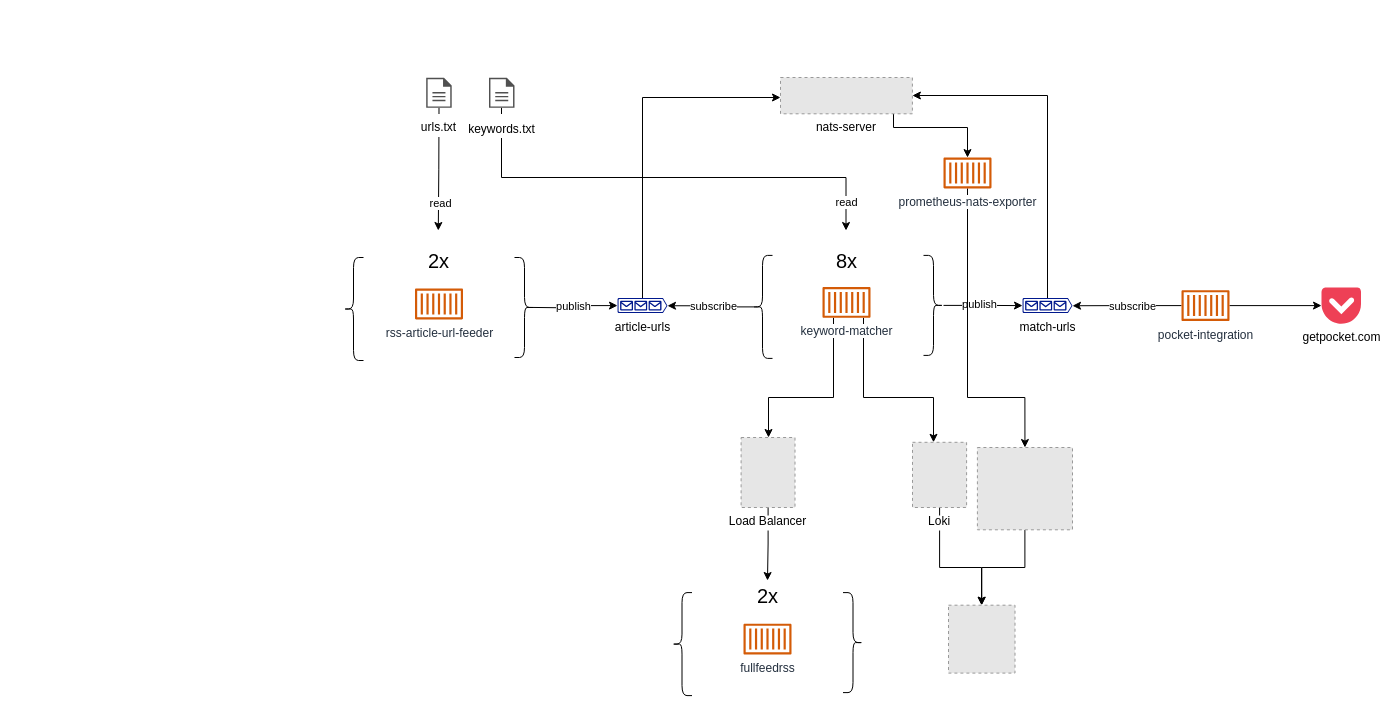
Earlier version of the draw.io diagram architecture.drawio (heussd/nats-news-analysis). Source tidied: cells renumbered, new cells numbered last; positions are measured from the earlier drawing's top-left corner, leaving out a move shared by most shapes. Both pictures are drawn from the tidied source at 100%, with x=0, y=0 at pixel (343, 77). Pictures stored in the file or linked from it are replaced by grey dashed boxes.
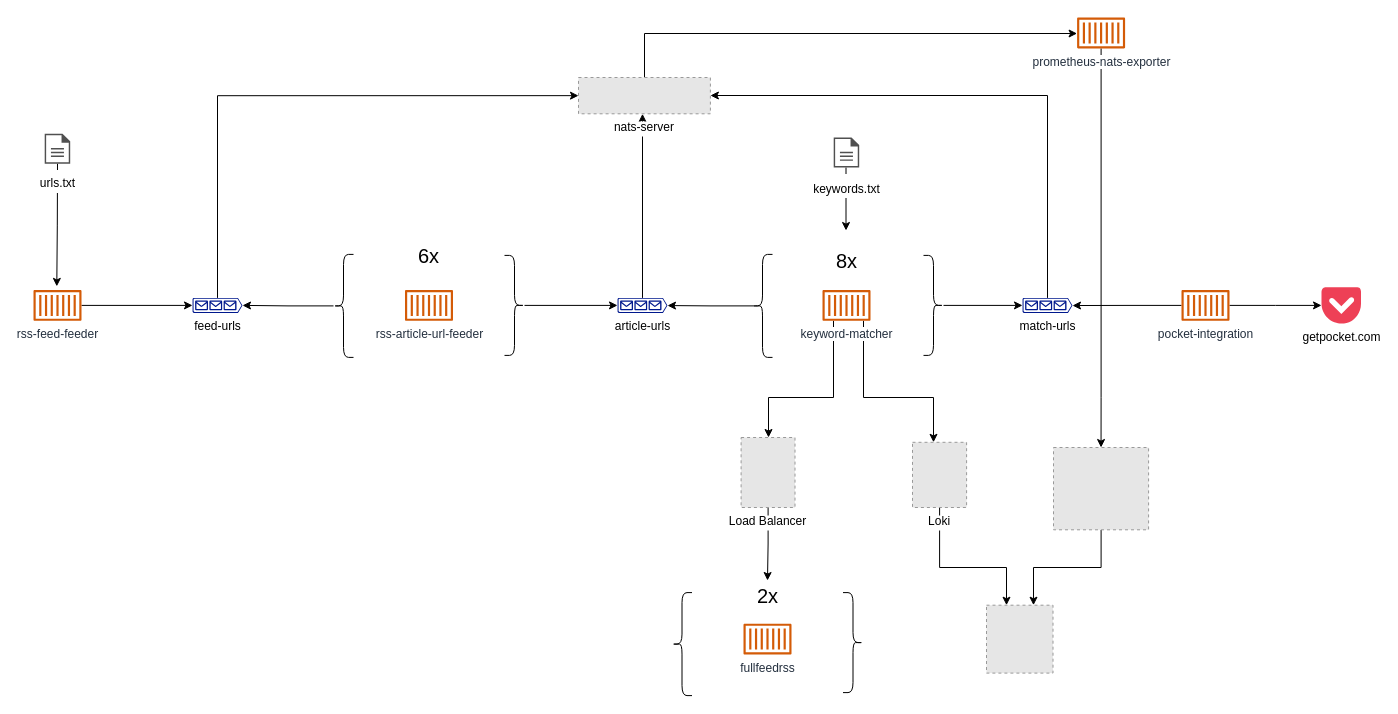
The same diagram, later.

Unchanged cells that the change refers to:
```xml
<mxCell id="2" style="edgeStyle=orthogonalEdgeStyle;rounded=0;jettySize=auto;html=1;exitX=0.1;exitY=0.5;exitDx=0;exitDy=0;exitPerimeter=0;entryX=1;entryY=0.51;entryDx=0;entryDy=0;entryPerimeter=0;" parent="1" edge="1" source="8" target="5">
  <mxGeometry relative="1" as="geometry" />
</mxCell>
<mxCell id="12" style="edgeStyle=orthogonalEdgeStyle;rounded=0;jettySize=auto;html=1;" parent="1" edge="1" source="14" target="18">
  <mxGeometry relative="1" as="geometry" />
</mxCell>
<mxCell id="15" style="edgeStyle=orthogonalEdgeStyle;rounded=0;jettySize=auto;html=1;entryX=1;entryY=0.51;entryDx=0;entryDy=0;entryPerimeter=0;" parent="1" edge="1" source="20" target="18">
  <mxGeometry relative="1" as="geometry" />
</mxCell>
<mxCell id="41" value="Loki" style="fillColor=#E6E6E6;strokeColor=#999999;dashed=1;verticalLabelPosition=bottom;labelBackgroundColor=default;verticalAlign=top;" parent="1" vertex="1">
  <mxGeometry x="569" y="364.8" width="54.1" height="65.2" as="geometry" />
</mxCell>
```

Change to the diagram source:
```diff
@@
-    <mxCell id="3" value="subscribe" style="edgeLabel;html=1;align=center;verticalAlign=middle;" parent="2" vertex="1">
-      <mxGeometry x="-0.04" y="2" relative="1" as="geometry">
-        <mxPoint y="-3" as="offset" />
-      </mxGeometry>
-    </mxCell>
@@
     <mxCell id="5" value="article-urls" style="sketch=0;shadow=0;dashed=0;html=1;strokeColor=none;labelPosition=center;verticalLabelPosition=bottom;verticalAlign=top;align=center;fillColor=#00188D;shape=mxgraph.azure.queue_generic;" parent="1" vertex="1">
-      <mxGeometry x="274" y="220.6" width="50" height="15" as="geometry" />
+      <mxGeometry x="274" y="220.4" width="50" height="15" as="geometry" />
     </mxCell>
-    <mxCell id="6" value="publish" style="edgeStyle=orthogonalEdgeStyle;rounded=0;jettySize=auto;html=1;exitX=0.1;exitY=0.5;exitDx=0;exitDy=0;exitPerimeter=0;" parent="1" edge="1" target="5">
-      <mxGeometry relative="1" as="geometry">
-        <mxPoint x="185" y="229.9" as="sourcePoint" />
-      </mxGeometry>
-    </mxCell>
+    <mxCell id="47" style="edgeStyle=orthogonalEdgeStyle;rounded=0;jettySize=auto;html=1;" parent="1" edge="1" source="7" target="49">
+      <mxGeometry relative="1" as="geometry" />
+    </mxCell>
-    <mxCell id="7" value="rss-article-url-feeder" style="sketch=0;outlineConnect=0;fontColor=#232F3E;gradientColor=none;fillColor=#D45B07;strokeColor=none;dashed=0;verticalLabelPosition=bottom;verticalAlign=top;align=center;html=1;fontSize=12;fontStyle=0;shape=mxgraph.aws4.container_1;" parent="1" vertex="1">
-      <mxGeometry x="71.5" y="211" width="48" height="31" as="geometry" />
+    <mxCell id="7" value="rss-feed-feeder" style="sketch=0;outlineConnect=0;fontColor=#232F3E;gradientColor=none;fillColor=#D45B07;strokeColor=none;dashed=0;verticalLabelPosition=bottom;verticalAlign=top;align=center;html=1;fontSize=12;fontStyle=0;shape=mxgraph.aws4.container_1;" parent="1" vertex="1">
+      <mxGeometry x="-310" y="212.4" width="48" height="31" as="geometry" />
     </mxCell>
     <mxCell id="8" style="shape=curlyBracket;whiteSpace=wrap;html=1;rounded=1;" parent="1" vertex="1">
-      <mxGeometry x="409" y="177.9" width="20" height="103" as="geometry" />
+      <mxGeometry x="409" y="176.9" width="20" height="103" as="geometry" />
     </mxCell>
@@
     <mxCell id="11" value="keyword-matcher" style="sketch=0;outlineConnect=0;fontColor=#232F3E;gradientColor=none;fillColor=#D45B07;strokeColor=none;dashed=0;verticalLabelPosition=bottom;verticalAlign=top;align=center;html=1;fontSize=12;fontStyle=0;shape=mxgraph.aws4.container_1;labelBackgroundColor=default;" parent="1" vertex="1">
-      <mxGeometry x="479" y="209.4" width="48" height="31" as="geometry" />
+      <mxGeometry x="479" y="212.4" width="48" height="31" as="geometry" />
     </mxCell>
@@
-    <mxCell id="13" value="publish" style="edgeLabel;html=1;align=center;verticalAlign=middle;" parent="12" vertex="1">
-      <mxGeometry x="-0.38" y="-1" relative="1" as="geometry">
-        <mxPoint x="10" y="-2" as="offset" />
-      </mxGeometry>
-    </mxCell>
@@
-    <mxCell id="16" value="subscribe" style="edgeLabel;html=1;align=center;verticalAlign=middle;" parent="15" vertex="1">
-      <mxGeometry x="-0.29" relative="1" as="geometry">
-        <mxPoint x="-11" as="offset" />
-      </mxGeometry>
-    </mxCell>
@@
     <mxCell id="18" value="match-urls" style="sketch=0;shadow=0;dashed=0;html=1;strokeColor=none;labelPosition=center;verticalLabelPosition=bottom;verticalAlign=top;align=center;fillColor=#00188D;shape=mxgraph.azure.queue_generic;" parent="1" vertex="1">
-      <mxGeometry x="679" y="220.6" width="50" height="15" as="geometry" />
+      <mxGeometry x="679" y="220.4" width="50" height="15" as="geometry" />
     </mxCell>
@@
     <mxCell id="20" value="pocket-integration" style="sketch=0;outlineConnect=0;fontColor=#232F3E;gradientColor=none;fillColor=#D45B07;strokeColor=none;dashed=0;verticalLabelPosition=bottom;verticalAlign=top;align=center;html=1;fontSize=12;fontStyle=0;shape=mxgraph.aws4.container_1;" parent="1" vertex="1">
-      <mxGeometry x="838" y="212.6" width="48" height="31" as="geometry" />
+      <mxGeometry x="838" y="212.4" width="48" height="31" as="geometry" />
     </mxCell>
     <mxCell id="21" value="getpocket.com" style="dashed=0;outlineConnect=0;html=1;align=center;labelPosition=center;verticalLabelPosition=bottom;verticalAlign=top;shape=mxgraph.weblogos.pocket;fillColor=#EE4056;strokeColor=none;" parent="1" vertex="1">
-      <mxGeometry x="978" y="209.9" width="39.5" height="36.4" as="geometry" />
+      <mxGeometry x="978" y="209.7" width="39.5" height="36.4" as="geometry" />
     </mxCell>
     <mxCell id="22" style="edgeStyle=orthogonalEdgeStyle;rounded=0;jettySize=auto;html=1;startArrow=classic;startFill=1;endArrow=none;endFill=0;" parent="1" edge="1" target="28">
       <mxGeometry relative="1" as="geometry">
         <mxPoint x="502.5" y="153" as="sourcePoint" />
         <Array as="points">
-          <mxPoint x="503" y="100" />
-          <mxPoint x="158" y="100" />
+          <mxPoint x="503" y="90" />
+          <mxPoint x="503" y="90" />
         </Array>
       </mxGeometry>
     </mxCell>
-    <mxCell id="23" value="read" style="edgeLabel;html=1;align=center;verticalAlign=middle;" parent="22" vertex="1">
-      <mxGeometry x="0.37" y="-2" relative="1" as="geometry">
-        <mxPoint x="267" y="26" as="offset" />
-      </mxGeometry>
-    </mxCell>
@@
-    <mxCell id="25" style="shape=curlyBracket;whiteSpace=wrap;html=1;rounded=1;" parent="1" vertex="1">
-      <mxGeometry y="180" width="20" height="103" as="geometry" />
-    </mxCell>
-    <mxCell id="26" style="shape=curlyBracket;whiteSpace=wrap;html=1;rounded=1;flipH=1;" parent="1" vertex="1">
-      <mxGeometry x="171" y="180" width="20" height="100" as="geometry" />
-    </mxCell>
-    <mxCell id="27" value="&lt;font style=&quot;font-size: 20px;&quot;&gt;2x&lt;/font&gt;" style="text;html=1;strokeColor=none;fillColor=none;align=center;verticalAlign=middle;whiteSpace=wrap;rounded=0;" parent="1" vertex="1">
-      <mxGeometry x="67" y="167.9" width="57" height="30" as="geometry" />
-    </mxCell>
     <mxCell id="28" value="&lt;font style=&quot;font-size: 12px;&quot;&gt;keywords.txt&lt;/font&gt;" style="sketch=0;shadow=0;dashed=0;html=1;strokeColor=none;fillColor=#505050;labelPosition=center;verticalLabelPosition=bottom;verticalAlign=top;outlineConnect=0;align=center;shape=mxgraph.office.concepts.document;fontSize=20;labelBackgroundColor=default;" parent="1" vertex="1">
-      <mxGeometry x="145.5" y="0.3" width="25.5" height="30" as="geometry" />
+      <mxGeometry x="490.2" y="60" width="25.5" height="30" as="geometry" />
     </mxCell>
@@
     <mxCell id="35" style="edgeStyle=orthogonalEdgeStyle;rounded=0;hachureGap=4;jettySize=auto;html=1;fontFamily=Architects Daughter;fontSize=16;" parent="1" edge="1" source="36" target="45">
       <mxGeometry relative="1" as="geometry">
         <Array as="points">
-          <mxPoint x="550" y="50" />
-          <mxPoint x="624" y="50" />
+          <mxPoint x="301" y="-44" />
         </Array>
       </mxGeometry>
     </mxCell>
     <mxCell id="36" value="nats-server" style="fillColor=#E6E6E6;strokeColor=#999999;dashed=1;verticalLabelPosition=bottom;labelBackgroundColor=default;verticalAlign=top;" parent="1" vertex="1">
-      <mxGeometry x="437" width="131.9" height="36.3" as="geometry" />
+      <mxGeometry x="235" width="131.9" height="36.3" as="geometry" />
     </mxCell>
     <mxCell id="37" style="edgeStyle=orthogonalEdgeStyle;rounded=0;jettySize=auto;html=1;startArrow=classic;startFill=1;endArrow=none;endFill=0;" parent="1" edge="1" target="46">
       <mxGeometry relative="1" as="geometry">
-        <mxPoint x="94.8" y="153" as="sourcePoint" />
+        <mxPoint x="-286.7" y="208.9" as="sourcePoint" />
       </mxGeometry>
     </mxCell>
-    <mxCell id="38" value="read" style="edgeLabel;html=1;align=center;verticalAlign=middle;" parent="37" vertex="1">
-      <mxGeometry x="-0.17" y="-2" relative="1" as="geometry">
-        <mxPoint x="-1" y="23" as="offset" />
-      </mxGeometry>
-    </mxCell>
     <mxCell id="39" style="fillColor=#E6E6E6;strokeColor=#999999;dashed=1;verticalLabelPosition=bottom;labelBackgroundColor=default;verticalAlign=top;fontFamily=Architects Daughter;fontSize=20;" parent="1" vertex="1">
-      <mxGeometry x="605" y="527.7" width="66.5" height="67.9" as="geometry" />
+      <mxGeometry x="643" y="527.7" width="66.5" height="67.9" as="geometry" />
     </mxCell>
     <mxCell id="40" style="edgeStyle=orthogonalEdgeStyle;rounded=0;hachureGap=4;jettySize=auto;html=1;fontFamily=Architects Daughter;fontSize=16;" parent="1" edge="1" source="41" target="39">
       <mxGeometry relative="1" as="geometry">
         <Array as="points">
           <mxPoint x="596" y="490" />
-          <mxPoint x="638" y="490" />
+          <mxPoint x="663" y="490" />
         </Array>
       </mxGeometry>
     </mxCell>
@@
     <mxCell id="42" style="edgeStyle=orthogonalEdgeStyle;rounded=0;hachureGap=4;jettySize=auto;html=1;fontFamily=Architects Daughter;fontSize=16;" parent="1" edge="1" source="43" target="39">
-      <mxGeometry relative="1" as="geometry" />
+      <mxGeometry relative="1" as="geometry">
+        <Array as="points">
+          <mxPoint x="758" y="490" />
+          <mxPoint x="690" y="490" />
+        </Array>
+      </mxGeometry>
     </mxCell>
     <mxCell id="43" style="fillColor=#E6E6E6;strokeColor=#999999;dashed=1;verticalLabelPosition=bottom;labelBackgroundColor=default;verticalAlign=top;fontFamily=Architects Daughter;fontSize=20;" parent="1" vertex="1">
-      <mxGeometry x="633.9" y="370" width="95.1" height="82.3" as="geometry" />
+      <mxGeometry x="710" y="370" width="95.1" height="82.3" as="geometry" />
     </mxCell>
     <mxCell id="44" style="edgeStyle=orthogonalEdgeStyle;rounded=0;hachureGap=4;jettySize=auto;html=1;fontFamily=Architects Daughter;fontSize=16;entryX=0.5;entryY=0;entryDx=0;entryDy=0;" parent="1" edge="1" source="45" target="43">
       <mxGeometry relative="1" as="geometry">
         <Array as="points">
-          <mxPoint x="624" y="320" />
-          <mxPoint x="681" y="320" />
+          <mxPoint x="758" y="320" />
+          <mxPoint x="758" y="320" />
         </Array>
       </mxGeometry>
     </mxCell>
     <mxCell id="45" value="prometheus-nats-exporter" style="sketch=0;outlineConnect=0;fontColor=#232F3E;gradientColor=none;fillColor=#D45B07;strokeColor=none;dashed=0;verticalLabelPosition=bottom;verticalAlign=top;align=center;html=1;fontSize=12;fontStyle=0;shape=mxgraph.aws4.container_1;labelBackgroundColor=default;" parent="1" vertex="1">
-      <mxGeometry x="600" y="80" width="48" height="31" as="geometry" />
+      <mxGeometry x="733.6" y="-60" width="48" height="31" as="geometry" />
     </mxCell>
     <mxCell id="46" value="&lt;div style=&quot;font-size: 19px;&quot;&gt;&lt;font style=&quot;font-size: 12px;&quot;&gt;urls.txt&lt;/font&gt;&lt;/div&gt;" style="sketch=0;shadow=0;dashed=0;html=1;strokeColor=none;fillColor=#505050;labelPosition=center;verticalLabelPosition=bottom;verticalAlign=top;outlineConnect=0;align=center;shape=mxgraph.office.concepts.document;fontSize=20;labelBackgroundColor=default;" parent="1" vertex="1">
-      <mxGeometry x="82.7" y="0.3" width="25.5" height="30" as="geometry" />
+      <mxGeometry x="-298.8" y="56.2" width="25.5" height="30" as="geometry" />
     </mxCell>
+    <mxCell id="48" style="edgeStyle=orthogonalEdgeStyle;rounded=0;jettySize=auto;html=1;entryX=0;entryY=0.5;entryDx=0;entryDy=0;" parent="1" edge="1" source="49" target="36">
+      <mxGeometry relative="1" as="geometry">
+        <Array as="points">
+          <mxPoint x="-126" y="18" />
+        </Array>
+      </mxGeometry>
+    </mxCell>
+    <mxCell id="49" value="feed-urls" style="sketch=0;shadow=0;dashed=0;html=1;strokeColor=none;labelPosition=center;verticalLabelPosition=bottom;verticalAlign=top;align=center;fillColor=#00188D;shape=mxgraph.azure.queue_generic;" parent="1" vertex="1">
+      <mxGeometry x="-151" y="220.4" width="50" height="15" as="geometry" />
+    </mxCell>
+    <mxCell id="50" value="rss-article-url-feeder" style="sketch=0;fontColor=#232F3E;gradientColor=none;fillColor=#D45B07;strokeColor=none;dashed=0;verticalLabelPosition=bottom;verticalAlign=top;align=center;html=1;fontSize=12;fontStyle=0;shape=mxgraph.aws4.container_1;" parent="1" vertex="1">
+      <mxGeometry x="61.5" y="212.4" width="48" height="31" as="geometry" />
+    </mxCell>
+    <mxCell id="51" style="edgeStyle=orthogonalEdgeStyle;rounded=0;jettySize=auto;html=1;" parent="1" edge="1" source="52" target="49">
+      <mxGeometry relative="1" as="geometry" />
+    </mxCell>
+    <mxCell id="52" style="shape=curlyBracket;whiteSpace=wrap;html=1;rounded=1;" parent="1" vertex="1">
+      <mxGeometry x="-10" y="176.9" width="20" height="103" as="geometry" />
+    </mxCell>
+    <mxCell id="53" style="edgeStyle=orthogonalEdgeStyle;rounded=0;jettySize=auto;html=1;" parent="1" edge="1" source="54" target="5">
+      <mxGeometry relative="1" as="geometry" />
+    </mxCell>
+    <mxCell id="54" style="shape=curlyBracket;whiteSpace=wrap;html=1;rounded=1;flipH=1;" parent="1" vertex="1">
+      <mxGeometry x="161" y="177.9" width="20" height="100" as="geometry" />
+    </mxCell>
+    <mxCell id="55" value="&lt;font style=&quot;font-size: 20px;&quot;&gt;6&lt;/font&gt;&lt;font style=&quot;font-size: 20px;&quot;&gt;x&lt;/font&gt;" style="text;html=1;strokeColor=none;fillColor=none;align=center;verticalAlign=middle;whiteSpace=wrap;rounded=0;" parent="1" vertex="1">
+      <mxGeometry x="57" y="162.7" width="57" height="30" as="geometry" />
+    </mxCell>
```
